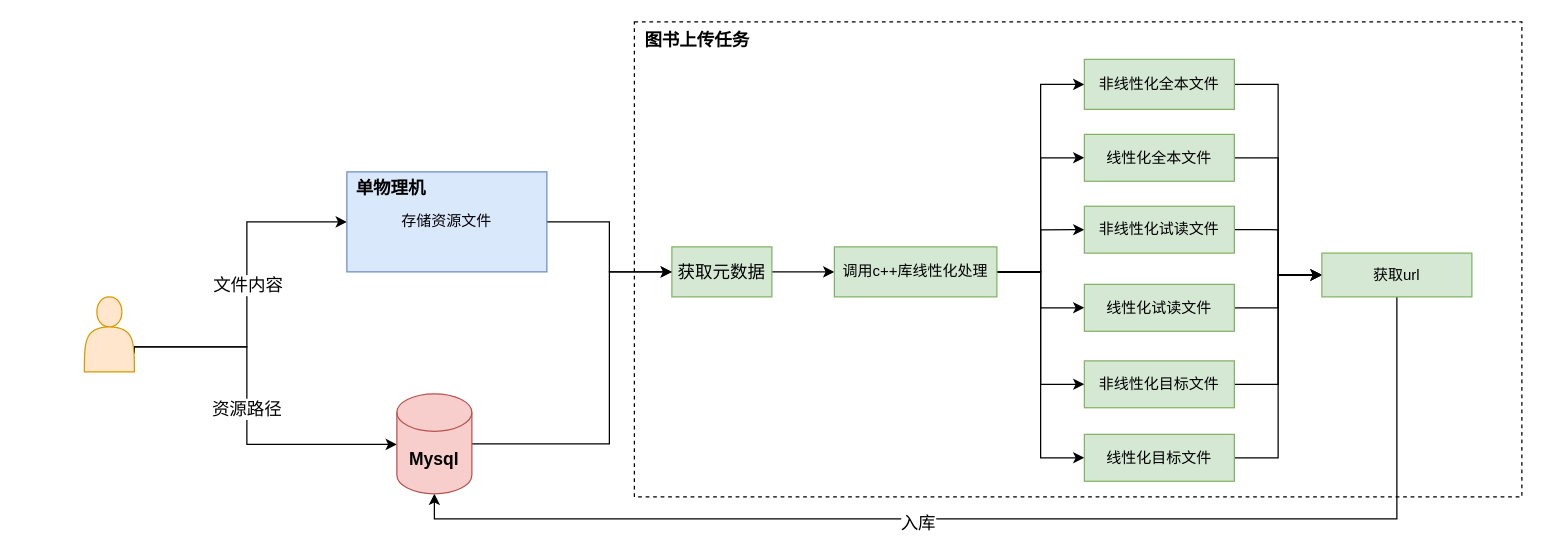
Earlier version of the draw.io diagram 图书上传任务流程.drawio (Floweryu/my-diagrams). Source tidied: cells renumbered, new cells numbered last; positions are measured from the earlier drawing's top-left corner, leaving out a move shared by most shapes. Both pictures are drawn from the tidied source at 125%, with x=0, y=0 at pixel (84, 21).
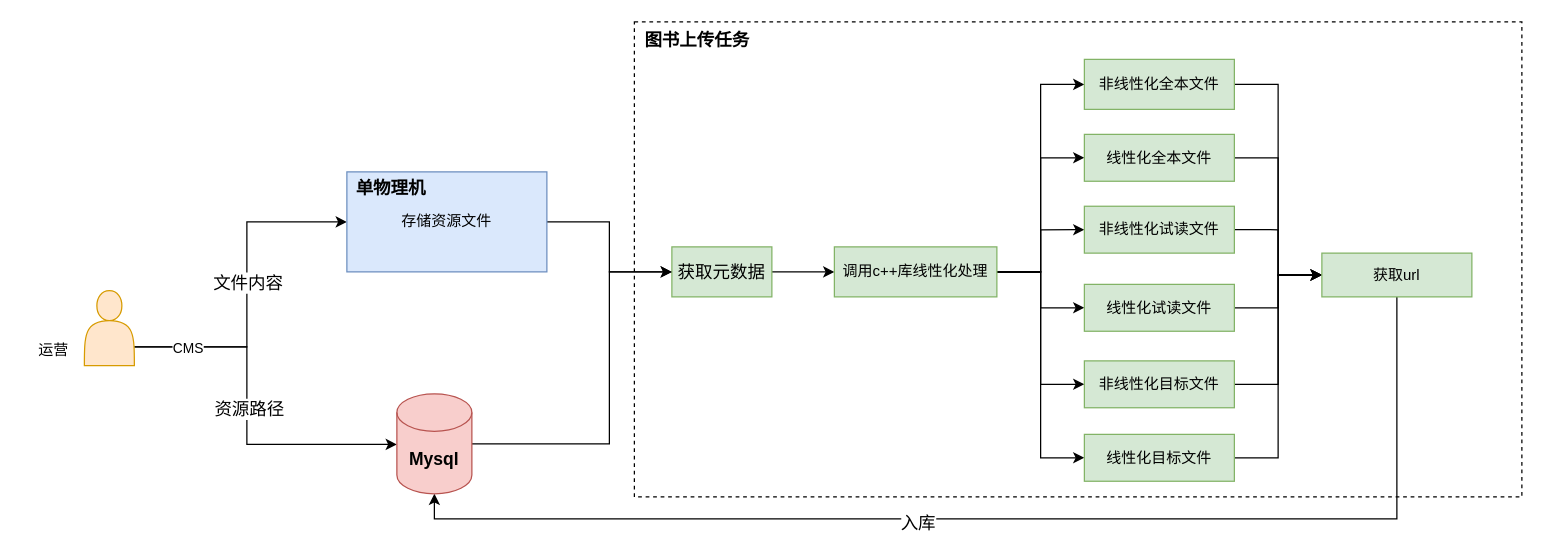
The same page after the edit.

Commit message (it also covers changes not shown here):
更新图书上传任务流程.drawio

The change refers to these unchanged cells:
```xml
<mxCell id="5" style="edgeStyle=orthogonalEdgeStyle;rounded=0;jettySize=auto;html=1;exitX=1;exitY=0.75;exitDx=0;exitDy=0;" parent="1" edge="1" source="7" target="33">
  <mxGeometry relative="1" as="geometry">
    <Array as="points">
      <mxPoint x="40" y="260" />
      <mxPoint x="130" y="260" />
      <mxPoint x="130" y="338" />
    </Array>
  </mxGeometry>
</mxCell>
```

What changed in the source:
```diff
@@
+    <mxCell id="38" value="CMS" style="edgeLabel;html=1;align=center;verticalAlign=middle;" parent="5" vertex="1">
+      <mxGeometry x="-0.71" y="-3" relative="1" as="geometry">
+        <mxPoint y="-3" as="offset" />
+      </mxGeometry>
+    </mxCell>
     <mxCell id="7" style="shape=actor;whiteSpace=wrap;html=1;fillColor=#ffe6cc;strokeColor=#d79b00;" parent="1" vertex="1">
-      <mxGeometry y="220" width="40" height="60" as="geometry" />
+      <mxGeometry y="215" width="40" height="60" as="geometry" />
     </mxCell>
@@
+    <mxCell id="39" value="运营" style="text;html=1;align=center;verticalAlign=middle;strokeColor=none;fillColor=none;" parent="1" vertex="1">
+      <mxGeometry x="-50" y="247.5" width="50" height="30" as="geometry" />
+    </mxCell>
```
